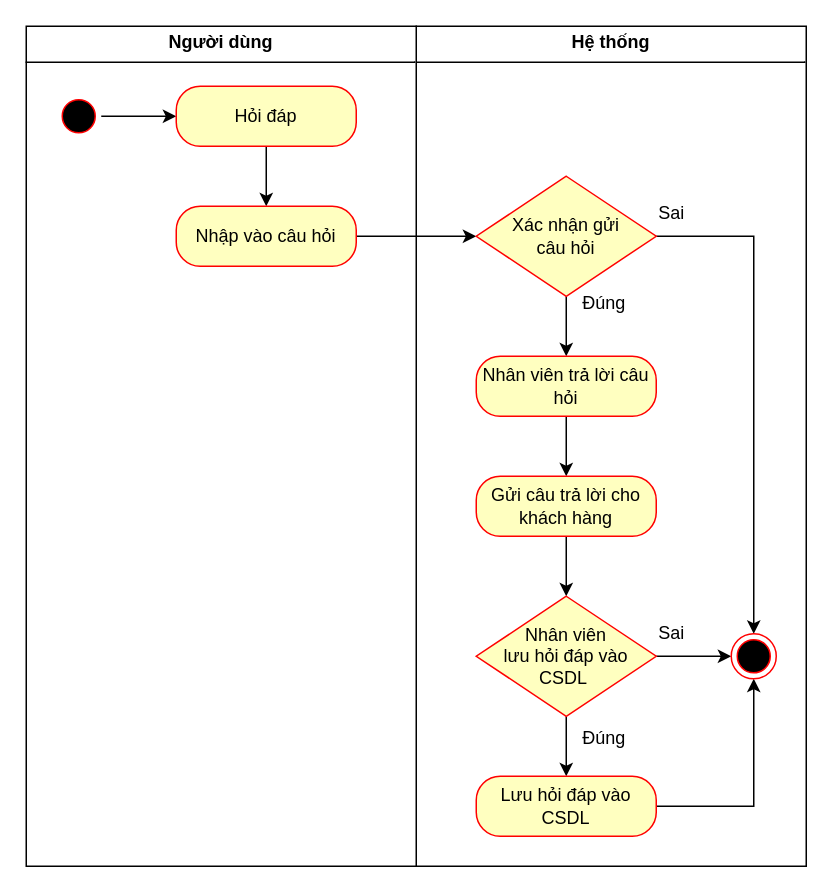
Before: Sơ đồ hoạt động UC hỏi đáp.drawio in HaojackYT/DAA_SA, a draw.io diagram. Source tidied: cells renumbered, new cells numbered last; positions are measured from the earlier drawing's top-left corner, leaving out a move shared by most shapes. Both pictures are drawn from the tidied source at 150%, with x=0, y=0 at pixel (26, 26).
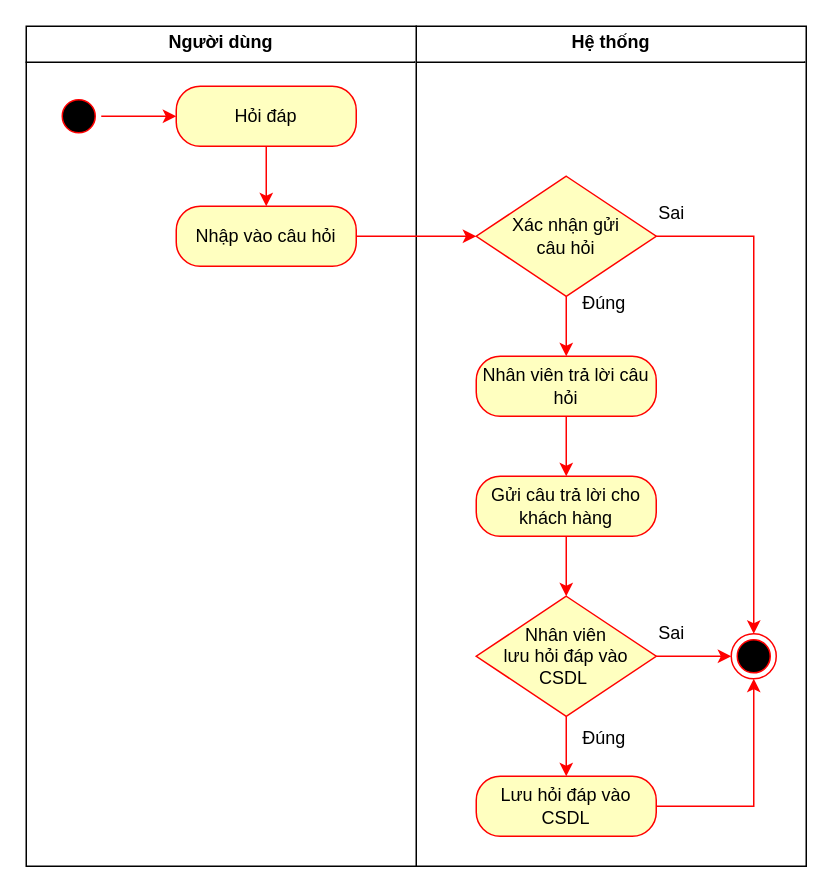
Above is the later version.

The edit, as a diff of the source:
```diff
@@
-    <mxCell id="4" style="edgeStyle=orthogonalEdgeStyle;rounded=0;jettySize=auto;html=1;" parent="1" edge="1" source="5" target="7">
+    <mxCell id="4" style="edgeStyle=orthogonalEdgeStyle;rounded=0;jettySize=auto;html=1;strokeColor=light-dark(#FF0000,#FFFFFF);" parent="1" edge="1" source="5" target="7">
       <mxGeometry relative="1" as="geometry" />
     </mxCell>
-    <mxCell id="5" style="ellipse;html=1;shape=startState;fillColor=#000000;strokeColor=#ff0000;" parent="1" vertex="1">
+    <mxCell id="5" style="ellipse;html=1;shape=startState;fillColor=#000000;strokeColor=light-dark(#FF0000,#FFFFFF);" parent="1" vertex="1">
       <mxGeometry x="20" y="45" width="30" height="30" as="geometry" />
     </mxCell>
-    <mxCell id="6" style="edgeStyle=orthogonalEdgeStyle;rounded=0;jettySize=auto;html=1;" parent="1" edge="1" source="7" target="9">
+    <mxCell id="6" style="edgeStyle=orthogonalEdgeStyle;rounded=0;jettySize=auto;html=1;strokeColor=light-dark(#FF0000,#FFFFFF);" parent="1" edge="1" source="7" target="9">
       <mxGeometry relative="1" as="geometry" />
     </mxCell>
-    <mxCell id="7" value="Hỏi đáp" style="rounded=1;whiteSpace=wrap;html=1;arcSize=40;fontColor=#000000;fillColor=#ffffc0;strokeColor=#ff0000;" parent="1" vertex="1">
+    <mxCell id="7" value="Hỏi đáp" style="rounded=1;whiteSpace=wrap;html=1;arcSize=40;fontColor=#000000;fillColor=#ffffc0;strokeColor=light-dark(#FF0000,#FFFFFF);" parent="1" vertex="1">
       <mxGeometry x="100" y="40" width="120" height="40" as="geometry" />
     </mxCell>
-    <mxCell id="8" style="edgeStyle=orthogonalEdgeStyle;rounded=0;jettySize=auto;html=1;" parent="1" edge="1" source="9" target="12">
+    <mxCell id="8" style="edgeStyle=orthogonalEdgeStyle;rounded=0;jettySize=auto;html=1;strokeColor=light-dark(#FF0000,#FFFFFF);" parent="1" edge="1" source="9" target="12">
       <mxGeometry relative="1" as="geometry" />
     </mxCell>
-    <mxCell id="9" value="Nhập vào câu hỏi" style="rounded=1;whiteSpace=wrap;html=1;arcSize=40;fontColor=#000000;fillColor=#ffffc0;strokeColor=#ff0000;" parent="1" vertex="1">
+    <mxCell id="9" value="Nhập vào câu hỏi" style="rounded=1;whiteSpace=wrap;html=1;arcSize=40;fontColor=#000000;fillColor=#ffffc0;strokeColor=light-dark(#FF0000,#FFFFFF);" parent="1" vertex="1">
       <mxGeometry x="100" y="120" width="120" height="40" as="geometry" />
     </mxCell>
-    <mxCell id="10" style="edgeStyle=orthogonalEdgeStyle;rounded=0;jettySize=auto;html=1;" parent="1" edge="1" source="12" target="14">
+    <mxCell id="10" style="edgeStyle=orthogonalEdgeStyle;rounded=0;jettySize=auto;html=1;strokeColor=light-dark(#FF0000,#FFFFFF);" parent="1" edge="1" source="12" target="14">
       <mxGeometry relative="1" as="geometry" />
     </mxCell>
-    <mxCell id="11" style="edgeStyle=orthogonalEdgeStyle;rounded=0;jettySize=auto;html=1;entryX=0.5;entryY=0;entryDx=0;entryDy=0;" parent="1" edge="1" source="12" target="22">
+    <mxCell id="11" style="edgeStyle=orthogonalEdgeStyle;rounded=0;jettySize=auto;html=1;entryX=0.5;entryY=0;entryDx=0;entryDy=0;strokeColor=light-dark(#FF0000,#FFFFFF);" parent="1" edge="1" source="12" target="22">
       <mxGeometry relative="1" as="geometry" />
     </mxCell>
-    <mxCell id="12" value="Xác nhận gửi&lt;br&gt;câu hỏi" style="rhombus;whiteSpace=wrap;html=1;fontColor=#000000;fillColor=#ffffc0;strokeColor=#ff0000;" parent="1" vertex="1">
+    <mxCell id="12" value="Xác nhận gửi&lt;br&gt;câu hỏi" style="rhombus;whiteSpace=wrap;html=1;fontColor=#000000;fillColor=#ffffc0;strokeColor=light-dark(#FF0000,#FFFFFF);" parent="1" vertex="1">
       <mxGeometry x="300" y="100" width="120" height="80" as="geometry" />
     </mxCell>
-    <mxCell id="13" style="edgeStyle=orthogonalEdgeStyle;rounded=0;jettySize=auto;html=1;" parent="1" edge="1" source="14" target="16">
+    <mxCell id="13" style="edgeStyle=orthogonalEdgeStyle;rounded=0;jettySize=auto;html=1;strokeColor=light-dark(#FF0000,#FFFFFF);" parent="1" edge="1" source="14" target="16">
       <mxGeometry relative="1" as="geometry" />
     </mxCell>
-    <mxCell id="14" value="Nhân viên trả lời câu hỏi" style="rounded=1;whiteSpace=wrap;html=1;arcSize=40;fontColor=#000000;fillColor=#ffffc0;strokeColor=#ff0000;" parent="1" vertex="1">
+    <mxCell id="14" value="Nhân viên trả lời câu hỏi" style="rounded=1;whiteSpace=wrap;html=1;arcSize=40;fontColor=#000000;fillColor=#ffffc0;strokeColor=light-dark(#FF0000,#FFFFFF);" parent="1" vertex="1">
       <mxGeometry x="300" y="220" width="120" height="40" as="geometry" />
     </mxCell>
-    <mxCell id="15" style="edgeStyle=orthogonalEdgeStyle;rounded=0;jettySize=auto;html=1;" parent="1" edge="1" source="16" target="19">
+    <mxCell id="15" style="edgeStyle=orthogonalEdgeStyle;rounded=0;jettySize=auto;html=1;strokeColor=light-dark(#FF0000,#FFFFFF);" parent="1" edge="1" source="16" target="19">
       <mxGeometry relative="1" as="geometry" />
     </mxCell>
-    <mxCell id="16" value="Gửi câu trả lời cho khách hàng" style="rounded=1;whiteSpace=wrap;html=1;arcSize=40;fontColor=#000000;fillColor=#ffffc0;strokeColor=#ff0000;" parent="1" vertex="1">
+    <mxCell id="16" value="Gửi câu trả lời cho khách hàng" style="rounded=1;whiteSpace=wrap;html=1;arcSize=40;fontColor=#000000;fillColor=#ffffc0;strokeColor=light-dark(#FF0000,#FFFFFF);" parent="1" vertex="1">
       <mxGeometry x="300" y="300" width="120" height="40" as="geometry" />
     </mxCell>
-    <mxCell id="17" style="edgeStyle=orthogonalEdgeStyle;rounded=0;jettySize=auto;html=1;" parent="1" edge="1" source="19" target="21">
+    <mxCell id="17" style="edgeStyle=orthogonalEdgeStyle;rounded=0;jettySize=auto;html=1;strokeColor=light-dark(#FF0000,#FFFFFF);" parent="1" edge="1" source="19" target="21">
       <mxGeometry relative="1" as="geometry" />
     </mxCell>
-    <mxCell id="18" style="edgeStyle=orthogonalEdgeStyle;rounded=0;jettySize=auto;html=1;" parent="1" edge="1" source="19" target="22">
+    <mxCell id="18" style="edgeStyle=orthogonalEdgeStyle;rounded=0;jettySize=auto;html=1;strokeColor=light-dark(#FF0000,#FFFFFF);" parent="1" edge="1" source="19" target="22">
       <mxGeometry relative="1" as="geometry" />
     </mxCell>
-    <mxCell id="19" value="Nhân viên&lt;div&gt;lưu hỏi đáp vào&lt;br&gt;CSDL&amp;nbsp;&lt;/div&gt;" style="rhombus;whiteSpace=wrap;html=1;fontColor=#000000;fillColor=#ffffc0;strokeColor=#ff0000;" parent="1" vertex="1">
+    <mxCell id="19" value="Nhân viên&lt;div&gt;lưu hỏi đáp vào&lt;br&gt;CSDL&amp;nbsp;&lt;/div&gt;" style="rhombus;whiteSpace=wrap;html=1;fontColor=#000000;fillColor=#ffffc0;strokeColor=light-dark(#FF0000,#FFFFFF);" parent="1" vertex="1">
       <mxGeometry x="300" y="380" width="120" height="80" as="geometry" />
     </mxCell>
-    <mxCell id="20" style="edgeStyle=orthogonalEdgeStyle;rounded=0;jettySize=auto;html=1;entryX=0.5;entryY=1;entryDx=0;entryDy=0;" parent="1" edge="1" source="21" target="22">
+    <mxCell id="20" style="edgeStyle=orthogonalEdgeStyle;rounded=0;jettySize=auto;html=1;entryX=0.5;entryY=1;entryDx=0;entryDy=0;strokeColor=light-dark(#FF0000,#FFFFFF);" parent="1" edge="1" source="21" target="22">
       <mxGeometry relative="1" as="geometry" />
     </mxCell>
-    <mxCell id="21" value="Lưu hỏi đáp vào CSDL" style="rounded=1;whiteSpace=wrap;html=1;arcSize=40;fontColor=#000000;fillColor=#ffffc0;strokeColor=#ff0000;" parent="1" vertex="1">
+    <mxCell id="21" value="Lưu hỏi đáp vào CSDL" style="rounded=1;whiteSpace=wrap;html=1;arcSize=40;fontColor=#000000;fillColor=#ffffc0;strokeColor=light-dark(#FF0000,#FFFFFF);" parent="1" vertex="1">
       <mxGeometry x="300" y="500" width="120" height="40" as="geometry" />
     </mxCell>
-    <mxCell id="22" style="ellipse;html=1;shape=endState;fillColor=#000000;strokeColor=#ff0000;" parent="1" vertex="1">
+    <mxCell id="22" style="ellipse;html=1;shape=endState;fillColor=#000000;strokeColor=light-dark(#FF0000,#FFFFFF);" parent="1" vertex="1">
       <mxGeometry x="470" y="405" width="30" height="30" as="geometry" />
     </mxCell>
-    <mxCell id="23" value="Đúng" style="text;html=1;align=center;verticalAlign=middle;strokeColor=none;fillColor=none;" parent="1" vertex="1">
+    <mxCell id="23" value="Đúng" style="text;html=1;align=center;verticalAlign=middle;strokeColor=light-dark(transparent,#FFFFFF);fillColor=none;" parent="1" vertex="1">
       <mxGeometry x="360" y="460" width="50" height="30" as="geometry" />
     </mxCell>
-    <mxCell id="24" value="Sai" style="text;html=1;align=center;verticalAlign=middle;strokeColor=none;fillColor=none;" parent="1" vertex="1">
+    <mxCell id="24" value="Sai" style="text;html=1;align=center;verticalAlign=middle;strokeColor=light-dark(transparent,#FFFFFF);fillColor=none;" parent="1" vertex="1">
       <mxGeometry x="410" y="390" width="40" height="30" as="geometry" />
     </mxCell>
-    <mxCell id="25" value="Sai" style="text;html=1;align=center;verticalAlign=middle;strokeColor=none;fillColor=none;" parent="1" vertex="1">
+    <mxCell id="25" value="Sai" style="text;html=1;align=center;verticalAlign=middle;strokeColor=light-dark(transparent,#FFFFFF);fillColor=none;" parent="1" vertex="1">
       <mxGeometry x="410" y="110" width="40" height="30" as="geometry" />
     </mxCell>
-    <mxCell id="26" value="Đúng" style="text;html=1;align=center;verticalAlign=middle;strokeColor=none;fillColor=none;" parent="1" vertex="1">
+    <mxCell id="26" value="Đúng" style="text;html=1;align=center;verticalAlign=middle;strokeColor=light-dark(transparent,#FFFFFF);fillColor=none;" parent="1" vertex="1">
       <mxGeometry x="360" y="170" width="50" height="30" as="geometry" />
     </mxCell>
```
